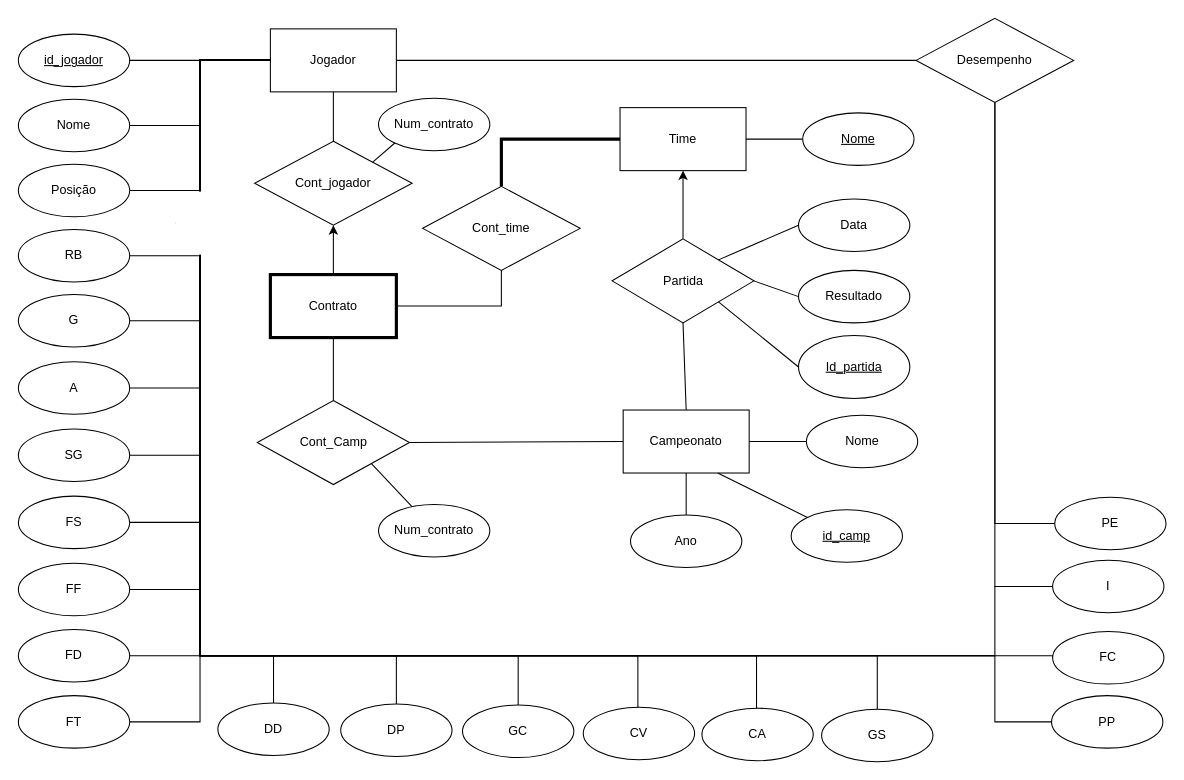
Above: TA.drawio in impisa88/SQL (draw.io), before the change. Source tidied: cells renumbered, new cells numbered last; positions are measured from the earlier drawing's top-left corner, leaving out a move shared by most shapes. Both pictures are drawn from the tidied source at 105%, with x=0, y=0 at pixel (18, 18).
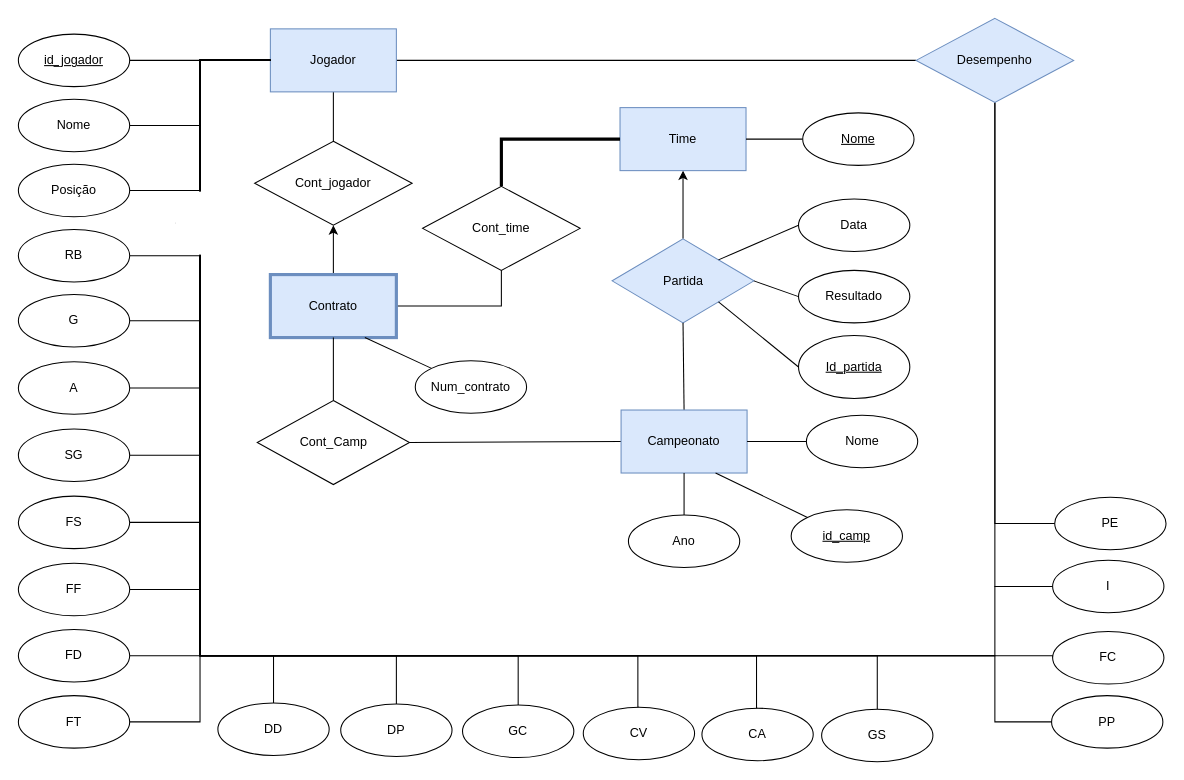
After the change.

The change refers to these unchanged cells:
```xml
<mxCell id="17" value="Cont_jogador" style="rhombus;whiteSpace=wrap;html=1;strokeWidth=1;" parent="1" vertex="1">
  <mxGeometry x="225" y="117" width="150" height="80" as="geometry" />
</mxCell>
<mxCell id="26" value="Cont_Camp" style="rhombus;whiteSpace=wrap;html=1;strokeWidth=1;" parent="1" vertex="1">
  <mxGeometry x="227.5" y="364" width="145" height="80" as="geometry" />
</mxCell>
```

Change to the diagram source:
```diff
@@
-    <mxCell id="4" value="Jogador" style="rounded=0;whiteSpace=wrap;html=1;" parent="1" vertex="1">
+    <mxCell id="4" value="Jogador" style="rounded=0;whiteSpace=wrap;html=1;fillColor=#dae8fc;strokeColor=#6c8ebf;" parent="1" vertex="1">
       <mxGeometry x="240" y="10" width="120" height="60" as="geometry" />
     </mxCell>
@@
-    <mxCell id="6" value="Time" style="rounded=0;whiteSpace=wrap;html=1;strokeWidth=1;" parent="1" vertex="1">
+    <mxCell id="6" value="Time" style="rounded=0;whiteSpace=wrap;html=1;strokeWidth=1;fillColor=#dae8fc;strokeColor=#6c8ebf;" parent="1" vertex="1">
       <mxGeometry x="573" y="85" width="120" height="60" as="geometry" />
     </mxCell>
@@
-    <mxCell id="9" value="Partida" style="rhombus;whiteSpace=wrap;html=1;strokeWidth=1;" parent="1" vertex="1">
+    <mxCell id="9" value="Partida" style="rhombus;whiteSpace=wrap;html=1;strokeWidth=1;fillColor=#dae8fc;strokeColor=#6c8ebf;" parent="1" vertex="1">
       <mxGeometry x="565.5" y="210" width="135" height="80" as="geometry" />
     </mxCell>
@@
-    <mxCell id="19" value="Contrato" style="rounded=0;whiteSpace=wrap;html=1;strokeWidth=3;" parent="1" vertex="1">
+    <mxCell id="19" value="Contrato" style="rounded=0;whiteSpace=wrap;html=1;strokeWidth=3;fillColor=#dae8fc;strokeColor=#6c8ebf;" parent="1" vertex="1">
       <mxGeometry x="240" y="244" width="120" height="60" as="geometry" />
     </mxCell>
@@
-    <mxCell id="24" value="Campeonato" style="rounded=0;whiteSpace=wrap;html=1;" parent="1" vertex="1">
-      <mxGeometry x="576" y="373" width="120" height="60" as="geometry" />
+    <mxCell id="24" value="Campeonato" style="rounded=0;whiteSpace=wrap;html=1;fillColor=#dae8fc;strokeColor=#6c8ebf;" parent="1" vertex="1">
+      <mxGeometry x="574" y="373" width="120" height="60" as="geometry" />
     </mxCell>
@@
     <mxCell id="30" value="Ano" style="ellipse;whiteSpace=wrap;html=1;" parent="1" vertex="1">
-      <mxGeometry x="583" y="473" width="106" height="50" as="geometry" />
+      <mxGeometry x="581" y="473" width="106" height="50" as="geometry" />
     </mxCell>
@@
-    <mxCell id="75" value="Desempenho" style="rhombus;whiteSpace=wrap;html=1;strokeWidth=1;" parent="1" vertex="1">
+    <mxCell id="75" value="Desempenho" style="rhombus;whiteSpace=wrap;html=1;strokeWidth=1;fillColor=#dae8fc;strokeColor=#6c8ebf;" parent="1" vertex="1">
       <mxGeometry x="855" width="150" height="80" as="geometry" />
     </mxCell>
@@
-    <mxCell id="80" style="rounded=0;jettySize=auto;html=1;entryX=1;entryY=1;entryDx=0;entryDy=0;endArrow=none;endFill=0;" parent="1" edge="1" source="81" target="26">
-      <mxGeometry relative="1" as="geometry" />
-    </mxCell>
-    <mxCell id="81" value="Num_contrato" style="ellipse;whiteSpace=wrap;html=1;" parent="1" vertex="1">
-      <mxGeometry x="343" y="463" width="106" height="50" as="geometry" />
-    </mxCell>
-    <mxCell id="82" style="edgeStyle=none;rounded=0;jettySize=auto;html=1;exitX=0;exitY=1;exitDx=0;exitDy=0;entryX=1;entryY=0;entryDx=0;entryDy=0;endArrow=none;endFill=0;" parent="1" edge="1" source="83" target="17">
-      <mxGeometry relative="1" as="geometry" />
-    </mxCell>
-    <mxCell id="83" value="Num_contrato" style="ellipse;whiteSpace=wrap;html=1;" parent="1" vertex="1">
-      <mxGeometry x="343" y="76" width="106" height="50" as="geometry" />
-    </mxCell>
+    <mxCell id="84" style="edgeStyle=none;rounded=0;jettySize=auto;html=1;exitX=0;exitY=0;exitDx=0;exitDy=0;entryX=0.75;entryY=1;entryDx=0;entryDy=0;endArrow=none;endFill=0;" parent="1" edge="1" source="85" target="19">
+      <mxGeometry relative="1" as="geometry" />
+    </mxCell>
+    <mxCell id="85" value="Num_contrato" style="ellipse;whiteSpace=wrap;html=1;" parent="1" vertex="1">
+      <mxGeometry x="378" y="326" width="106" height="50" as="geometry" />
+    </mxCell>
```
